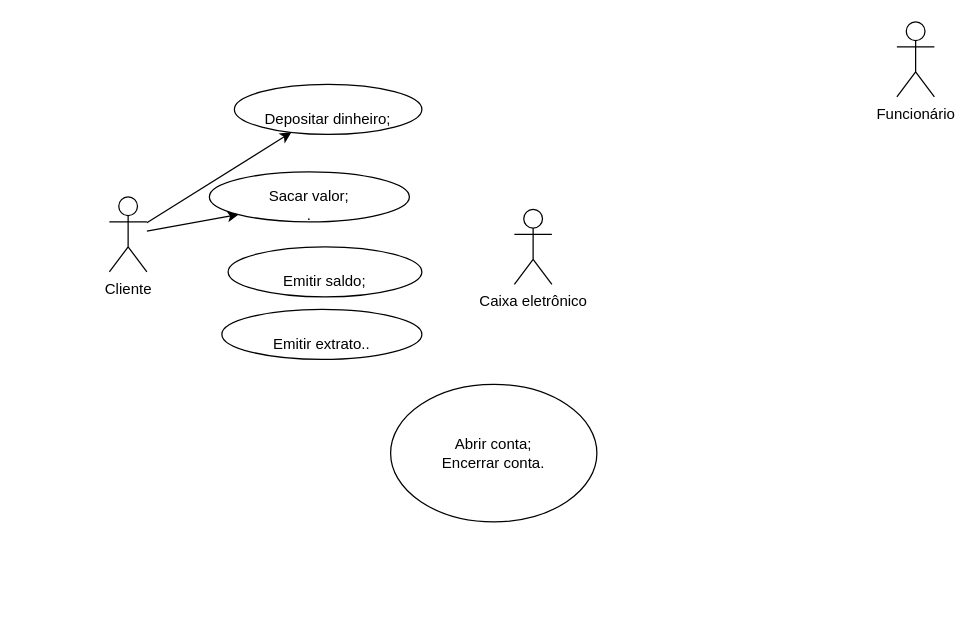
Above: Diagrama sem nome.drawio in Liandry1994/exercicioCasodeUso (draw.io), before the change. Source tidied: cells renumbered, new cells numbered last; positions are measured from the earlier drawing's top-left corner, leaving out a move shared by most shapes. Both pictures are drawn from the tidied source at 125%, with x=0, y=0 at pixel (109, 21).
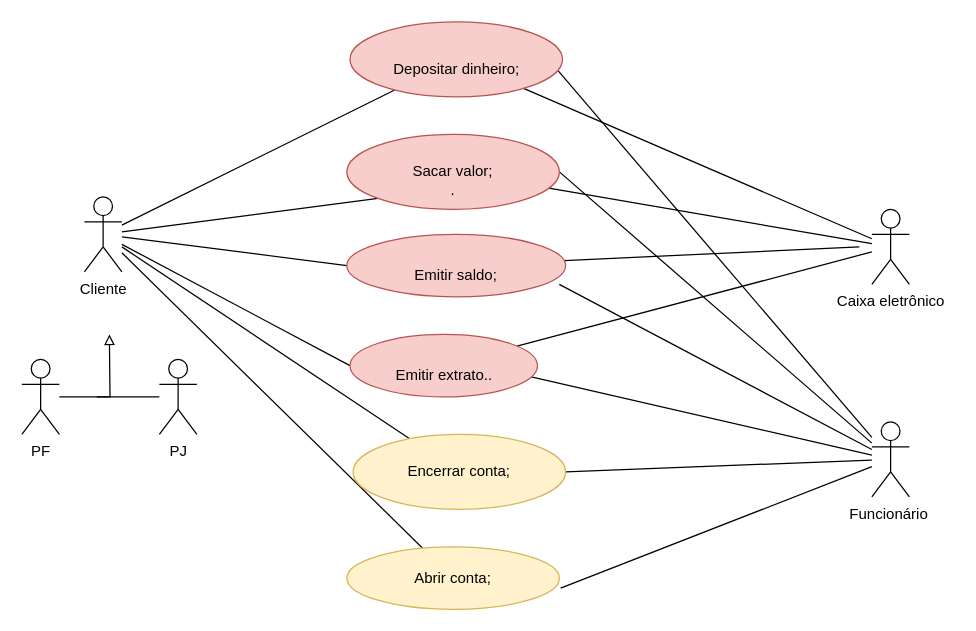
Above is the later version.

Commit message:
estudo de caso banco.drawio

The edit, as a diff of the source:
```diff
@@
+    <mxCell id="12" style="rounded=0;jettySize=auto;html=1;entryX=1;entryY=0.5;entryDx=0;entryDy=0;endArrow=none;endFill=0;" parent="1" edge="1" source="2" target="8">
+      <mxGeometry relative="1" as="geometry" />
+    </mxCell>
+    <mxCell id="13" style="rounded=0;jettySize=auto;html=1;entryX=1.006;entryY=0.66;entryDx=0;entryDy=0;entryPerimeter=0;endArrow=none;endFill=0;" parent="1" edge="1" source="2" target="26">
+      <mxGeometry relative="1" as="geometry" />
+    </mxCell>
+    <mxCell id="14" style="rounded=0;jettySize=auto;html=1;entryX=0.967;entryY=0.68;entryDx=0;entryDy=0;entryPerimeter=0;endArrow=none;endFill=0;" parent="1" edge="1" source="2" target="11">
+      <mxGeometry relative="1" as="geometry" />
+    </mxCell>
+    <mxCell id="15" style="rounded=0;jettySize=auto;html=1;entryX=0.971;entryY=0.8;entryDx=0;entryDy=0;entryPerimeter=0;endArrow=none;endFill=0;" parent="1" edge="1" source="2" target="10">
+      <mxGeometry relative="1" as="geometry" />
+    </mxCell>
+    <mxCell id="16" style="rounded=0;jettySize=auto;html=1;entryX=1;entryY=0.5;entryDx=0;entryDy=0;endArrow=none;endFill=0;" parent="1" edge="1" source="2" target="9">
+      <mxGeometry relative="1" as="geometry" />
+    </mxCell>
+    <mxCell id="17" style="rounded=0;jettySize=auto;html=1;entryX=0.979;entryY=0.65;entryDx=0;entryDy=0;entryPerimeter=0;endArrow=none;endFill=0;" parent="1" edge="1" source="2" target="7">
+      <mxGeometry relative="1" as="geometry" />
+    </mxCell>
-    <mxCell id="2" value="Funcionário" style="shape=umlActor;html=1;verticalLabelPosition=bottom;verticalAlign=top;align=center;" parent="1" vertex="1">
-      <mxGeometry x="630" width="30" height="60" as="geometry" />
+    <mxCell id="2" value="Funcionário&amp;nbsp;" style="shape=umlActor;html=1;verticalLabelPosition=bottom;verticalAlign=top;align=center;" parent="1" vertex="1">
+      <mxGeometry x="610" y="320" width="30" height="60" as="geometry" />
     </mxCell>
-    <mxCell id="3" style="rounded=0;jettySize=auto;html=1;" parent="1" edge="1" source="5" target="7">
+    <mxCell id="3" style="rounded=0;jettySize=auto;html=1;endArrow=none;endFill=0;" parent="1" edge="1" source="5" target="7">
       <mxGeometry relative="1" as="geometry" />
     </mxCell>
-    <mxCell id="4" style="rounded=0;jettySize=auto;html=1;entryX=0;entryY=1;entryDx=0;entryDy=0;" parent="1" edge="1" source="5" target="9">
+    <mxCell id="4" style="rounded=0;jettySize=auto;html=1;entryX=0;entryY=1;entryDx=0;entryDy=0;endArrow=none;endFill=0;" parent="1" edge="1" source="5" target="9">
       <mxGeometry relative="1" as="geometry" />
     </mxCell>
+    <mxCell id="18" style="rounded=0;jettySize=auto;html=1;entryX=0;entryY=0.5;entryDx=0;entryDy=0;endArrow=none;endFill=0;" parent="1" edge="1" source="5" target="10">
+      <mxGeometry relative="1" as="geometry" />
+    </mxCell>
+    <mxCell id="19" style="rounded=0;jettySize=auto;html=1;entryX=0;entryY=0.5;entryDx=0;entryDy=0;endArrow=none;endFill=0;" parent="1" edge="1" source="5" target="11">
+      <mxGeometry relative="1" as="geometry" />
+    </mxCell>
+    <mxCell id="20" style="rounded=0;jettySize=auto;html=1;endArrow=none;endFill=0;" parent="1" edge="1" source="5" target="26">
+      <mxGeometry relative="1" as="geometry" />
+    </mxCell>
+    <mxCell id="21" style="rounded=0;jettySize=auto;html=1;endArrow=none;endFill=0;" parent="1" edge="1" source="5" target="8">
+      <mxGeometry relative="1" as="geometry" />
+    </mxCell>
     <mxCell id="5" value="Cliente" style="shape=umlActor;html=1;verticalLabelPosition=bottom;verticalAlign=top;align=center;" parent="1" vertex="1">
-      <mxGeometry y="140" width="30" height="60" as="geometry" />
+      <mxGeometry x="-20" y="140" width="30" height="60" as="geometry" />
     </mxCell>
     <mxCell id="6" value="Caixa eletrônico" style="shape=umlActor;html=1;verticalLabelPosition=bottom;verticalAlign=top;align=center;" parent="1" vertex="1">
-      <mxGeometry x="324" y="150" width="30" height="60" as="geometry" />
+      <mxGeometry x="610" y="150" width="30" height="60" as="geometry" />
     </mxCell>
+    <mxCell id="22" style="rounded=0;jettySize=auto;html=1;endArrow=none;endFill=0;" parent="1" edge="1" source="7" target="6">
+      <mxGeometry relative="1" as="geometry" />
+    </mxCell>
-    <mxCell id="7" value="&lt;br&gt;Depositar dinheiro;&lt;br&gt;" style="ellipse;whiteSpace=wrap;html=1;" parent="1" vertex="1">
-      <mxGeometry x="100" y="50" width="150" height="40" as="geometry" />
+    <mxCell id="7" value="&lt;br&gt;Depositar dinheiro;&lt;br&gt;" style="ellipse;whiteSpace=wrap;html=1;fillColor=#f8cecc;strokeColor=#b85450;" parent="1" vertex="1">
+      <mxGeometry x="192.5" width="170" height="60" as="geometry" />
     </mxCell>
-    <mxCell id="8" value="Abrir conta;&lt;br&gt;Encerrar conta." style="ellipse;whiteSpace=wrap;html=1;" parent="1" vertex="1">
-      <mxGeometry x="225" y="290" width="165" height="110" as="geometry" />
+    <mxCell id="8" value="Encerrar conta;" style="ellipse;whiteSpace=wrap;html=1;fillColor=#fff2cc;strokeColor=#d6b656;" parent="1" vertex="1">
+      <mxGeometry x="195" y="330" width="170" height="60" as="geometry" />
     </mxCell>
+    <mxCell id="23" style="rounded=0;jettySize=auto;html=1;endArrow=none;endFill=0;" parent="1" edge="1" source="9" target="6">
+      <mxGeometry relative="1" as="geometry" />
+    </mxCell>
+    <mxCell id="24" style="rounded=0;jettySize=auto;html=1;startArrow=none;startFill=0;endArrow=none;endFill=0;" parent="1" edge="1" source="10">
+      <mxGeometry relative="1" as="geometry">
+        <mxPoint x="600" y="180" as="targetPoint" />
+      </mxGeometry>
+    </mxCell>
+    <mxCell id="25" style="rounded=0;jettySize=auto;html=1;startArrow=none;startFill=0;endArrow=none;endFill=0;" parent="1" edge="1" source="11" target="6">
+      <mxGeometry relative="1" as="geometry" />
+    </mxCell>
+    <mxCell id="11" value="&lt;br&gt;Emitir extrato.." style="ellipse;whiteSpace=wrap;html=1;fillColor=#f8cecc;strokeColor=#b85450;" parent="1" vertex="1">
+      <mxGeometry x="192.5" y="250" width="150" height="50" as="geometry" />
+    </mxCell>
+    <mxCell id="26" value="Abrir conta;&lt;br&gt;" style="ellipse;whiteSpace=wrap;html=1;fillColor=#fff2cc;strokeColor=#d6b656;" parent="1" vertex="1">
+      <mxGeometry x="190" y="420" width="170" height="50" as="geometry" />
+    </mxCell>
+    <mxCell id="27" style="edgeStyle=orthogonalEdgeStyle;rounded=0;jettySize=auto;html=1;endArrow=block;endFill=0;" parent="1" edge="1" source="28">
+      <mxGeometry relative="1" as="geometry">
+        <mxPoint y="250" as="targetPoint" />
+      </mxGeometry>
+    </mxCell>
+    <mxCell id="28" value="PF" style="shape=umlActor;html=1;verticalLabelPosition=bottom;verticalAlign=top;align=center;" parent="1" vertex="1">
+      <mxGeometry x="-70" y="270" width="30" height="60" as="geometry" />
+    </mxCell>
+    <mxCell id="29" style="rounded=0;jettySize=auto;html=1;endArrow=none;endFill=0;" parent="1" edge="1" source="30">
+      <mxGeometry relative="1" as="geometry">
+        <mxPoint x="-10" y="300" as="targetPoint" />
+      </mxGeometry>
+    </mxCell>
+    <mxCell id="30" value="PJ" style="shape=umlActor;html=1;verticalLabelPosition=bottom;verticalAlign=top;align=center;" parent="1" vertex="1">
+      <mxGeometry x="40" y="270" width="30" height="60" as="geometry" />
+    </mxCell>
+    <mxCell id="10" value="&lt;br&gt;Emitir saldo;&lt;br&gt;" style="ellipse;whiteSpace=wrap;html=1;fillColor=#f8cecc;strokeColor=#b85450;" parent="1" vertex="1">
+      <mxGeometry x="190" y="170" width="175" height="50" as="geometry" />
+    </mxCell>
-    <mxCell id="9" value="&lt;br&gt;Sacar valor;&lt;br&gt;." style="ellipse;whiteSpace=wrap;html=1;" parent="1" vertex="1">
-      <mxGeometry x="80" y="120" width="160" height="40" as="geometry" />
+    <mxCell id="9" value="&lt;br&gt;Sacar valor;&lt;br&gt;." style="ellipse;whiteSpace=wrap;html=1;fillColor=#f8cecc;strokeColor=#b85450;" parent="1" vertex="1">
+      <mxGeometry x="190" y="90" width="170" height="60" as="geometry" />
     </mxCell>
-    <mxCell id="10" value="&lt;br&gt;Emitir saldo;&lt;br&gt;" style="ellipse;whiteSpace=wrap;html=1;" parent="1" vertex="1">
-      <mxGeometry x="95" y="180" width="155" height="40" as="geometry" />
-    </mxCell>
-    <mxCell id="11" value="&lt;br&gt;Emitir extrato.." style="ellipse;whiteSpace=wrap;html=1;" parent="1" vertex="1">
-      <mxGeometry x="90" y="230" width="160" height="40" as="geometry" />
-    </mxCell>
```
